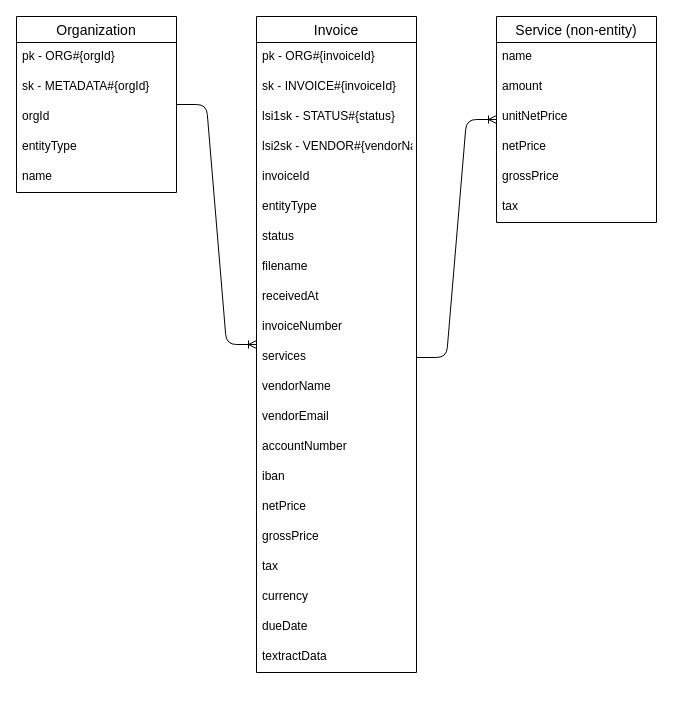
Above: schema.drawio in theapexlab/pocok (draw.io), before the change. Source tidied: cells renumbered, new cells numbered last; positions are measured from the earlier drawing's top-left corner, leaving out a move shared by most shapes. Both pictures are drawn from the tidied source at 100%, with x=0, y=0 at pixel (16, 16).
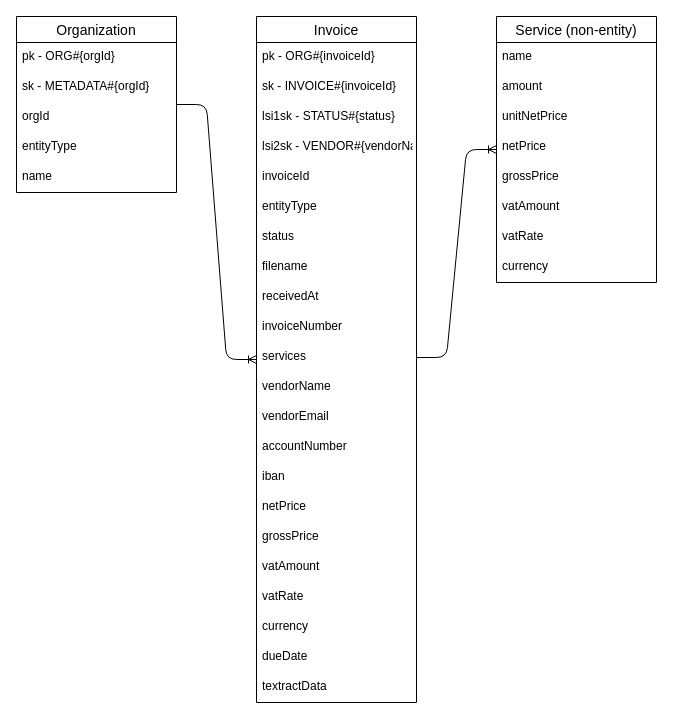
After the change.

Commit message (it also covers changes not shown here):
POCOK-30 - extending amp email (#18)

* feat: more information on amp email

* fix: invalid amp in template

* fix: more invalid amp

* chore: use vat instead of tax

Diff of the diagram source:
```diff
@@
     <mxCell id="8" value="Invoice" style="swimlane;fontStyle=0;horizontal=1;startSize=26;align=center;fontSize=14;" parent="1" vertex="1">
-      <mxGeometry x="240" width="160" height="656" as="geometry" />
+      <mxGeometry x="240" width="160" height="686" as="geometry" />
     </mxCell>
@@
+    <mxCell id="39" value="vatAmount" style="text;strokeColor=none;fillColor=none;spacingLeft=4;spacingRight=4;overflow=hidden;fontSize=12;" parent="8" vertex="1">
+      <mxGeometry y="536" width="160" height="30" as="geometry" />
+    </mxCell>
-    <mxCell id="26" value="tax" style="text;strokeColor=none;fillColor=none;spacingLeft=4;spacingRight=4;overflow=hidden;fontSize=12;" parent="8" vertex="1">
-      <mxGeometry y="536" width="160" height="30" as="geometry" />
+    <mxCell id="26" value="vatRate" style="text;strokeColor=none;fillColor=none;spacingLeft=4;spacingRight=4;overflow=hidden;fontSize=12;" parent="8" vertex="1">
+      <mxGeometry y="566" width="160" height="30" as="geometry" />
     </mxCell>
     <mxCell id="27" value="currency" style="text;strokeColor=none;fillColor=none;spacingLeft=4;spacingRight=4;overflow=hidden;fontSize=12;" parent="8" vertex="1">
-      <mxGeometry y="566" width="160" height="30" as="geometry" />
+      <mxGeometry y="596" width="160" height="30" as="geometry" />
     </mxCell>
     <mxCell id="28" value="dueDate" style="text;strokeColor=none;fillColor=none;spacingLeft=4;spacingRight=4;overflow=hidden;fontSize=12;" parent="8" vertex="1">
-      <mxGeometry y="596" width="160" height="30" as="geometry" />
+      <mxGeometry y="626" width="160" height="30" as="geometry" />
     </mxCell>
     <mxCell id="29" value="textractData" style="text;strokeColor=none;fillColor=none;spacingLeft=4;spacingRight=4;overflow=hidden;fontSize=12;" parent="8" vertex="1">
-      <mxGeometry y="626" width="160" height="30" as="geometry" />
+      <mxGeometry y="656" width="160" height="30" as="geometry" />
     </mxCell>
     <mxCell id="30" value="Service (non-entity)" style="swimlane;fontStyle=0;horizontal=1;startSize=26;align=center;fontSize=14;" parent="1" vertex="1">
-      <mxGeometry x="480" width="160" height="206" as="geometry" />
+      <mxGeometry x="480" width="160" height="266" as="geometry" />
     </mxCell>
@@
+    <mxCell id="40" value="vatAmount" style="text;strokeColor=none;fillColor=none;spacingLeft=4;spacingRight=4;overflow=hidden;fontSize=12;" parent="30" vertex="1">
+      <mxGeometry y="176" width="160" height="30" as="geometry" />
+    </mxCell>
-    <mxCell id="36" value="tax" style="text;strokeColor=none;fillColor=none;spacingLeft=4;spacingRight=4;overflow=hidden;fontSize=12;" parent="30" vertex="1">
-      <mxGeometry y="176" width="160" height="30" as="geometry" />
+    <mxCell id="36" value="vatRate" style="text;strokeColor=none;fillColor=none;spacingLeft=4;spacingRight=4;overflow=hidden;fontSize=12;" parent="30" vertex="1">
+      <mxGeometry y="206" width="160" height="30" as="geometry" />
     </mxCell>
+    <mxCell id="41" value="currency" style="text;strokeColor=none;fillColor=none;spacingLeft=4;spacingRight=4;overflow=hidden;fontSize=12;" parent="30" vertex="1">
+      <mxGeometry y="236" width="160" height="30" as="geometry" />
+    </mxCell>
```
